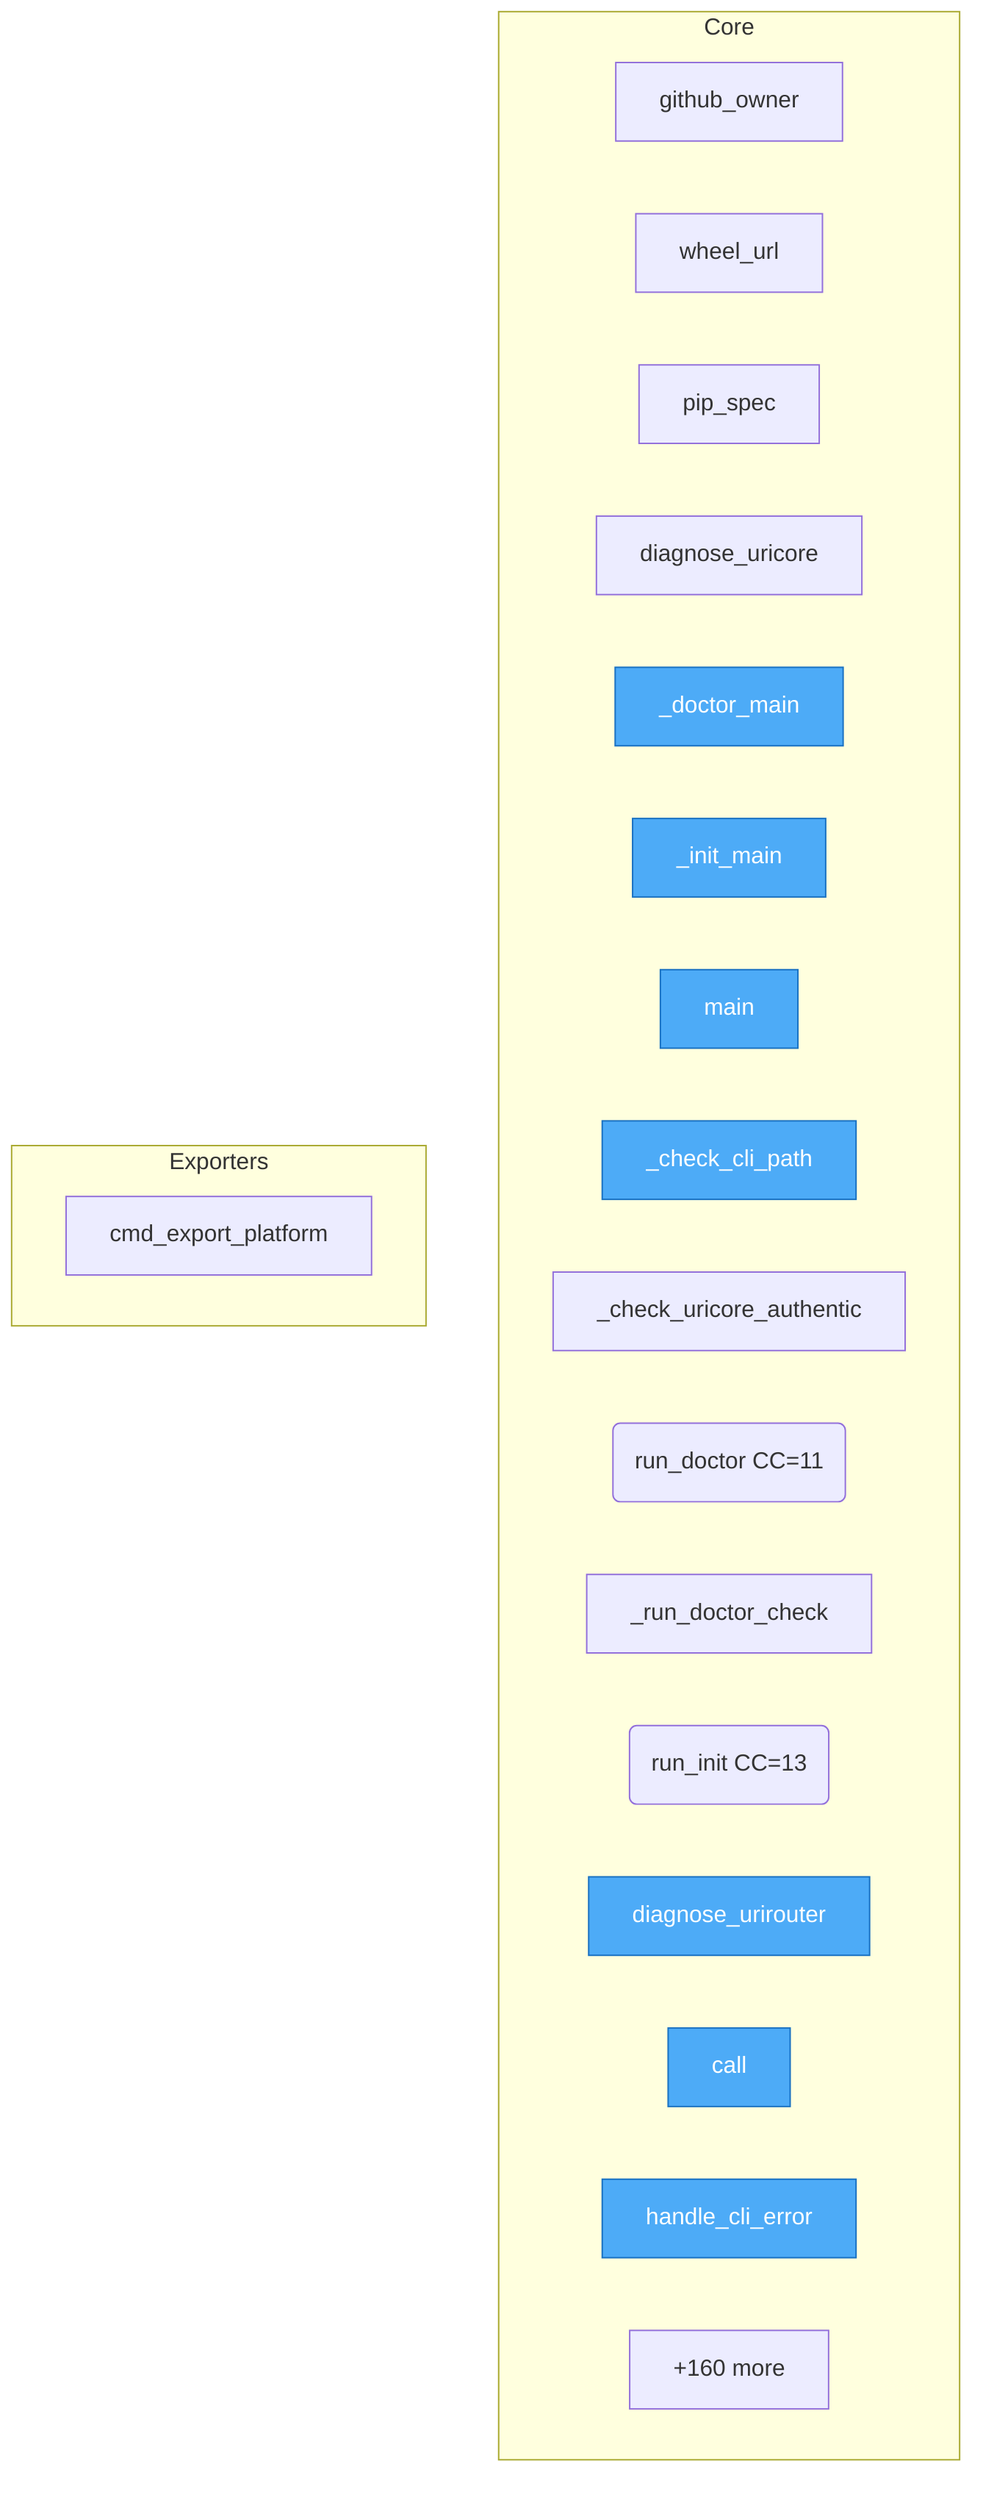
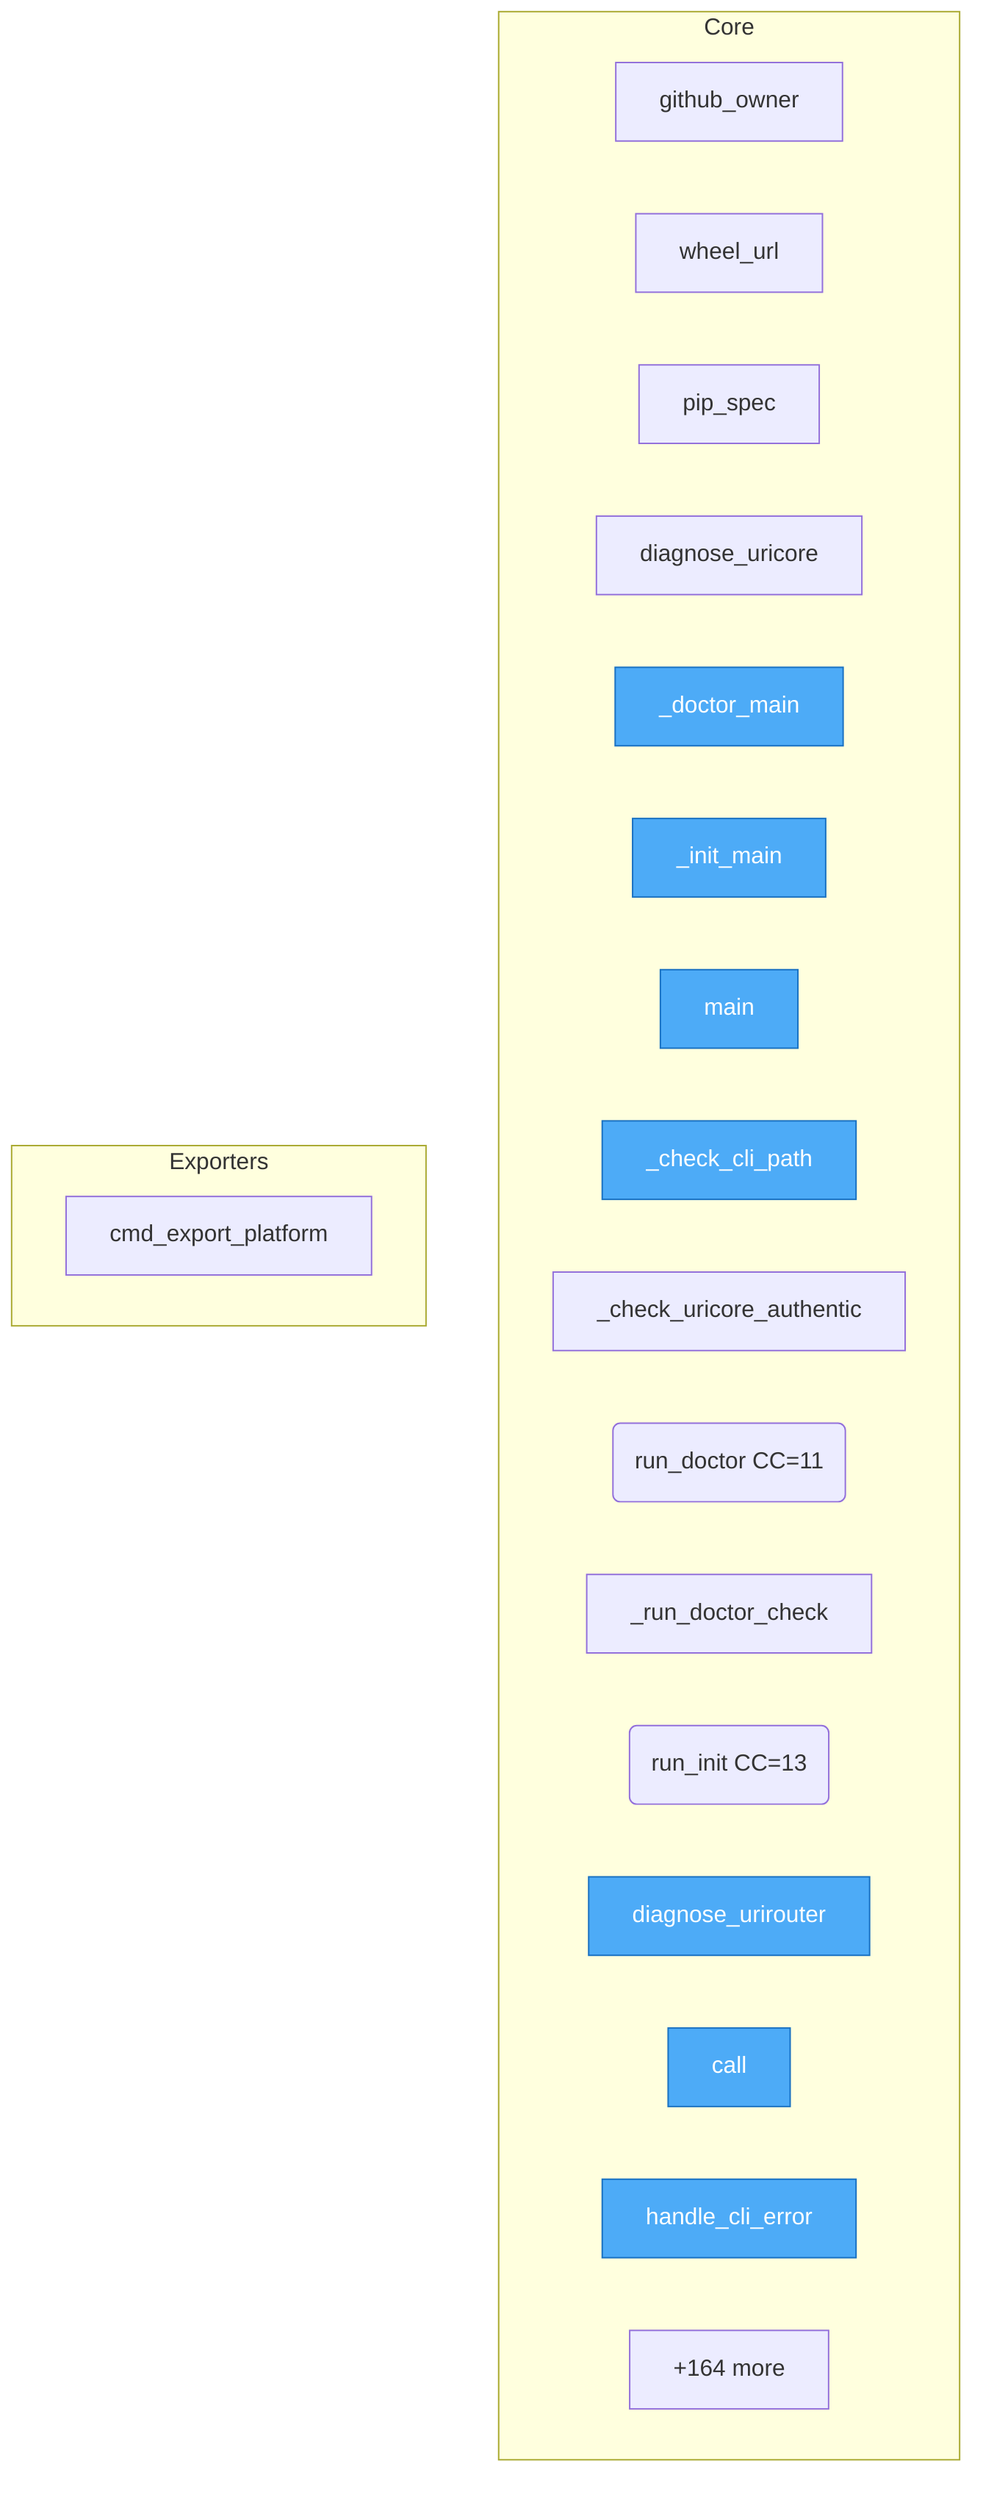
flowchart TD
- %% generated in 0.01s
+ %% generated in 0.02s

    %% Entry points (blue)
    classDef entry fill:#4dabf7,stroke:#1971c2,color:#fff

    subgraph Core
        src__urisys__uricore_install__github_owner["github_owner"]
        src__urisys__uricore_install__wheel_url["wheel_url"]
        src__urisys__uricore_install__pip_spec["pip_spec"]
        src__urisys__uricore_install__diagnose_uricore["diagnose_uricore"]
        src__urisys__bootstrap___doctor_main["_doctor_main"]
        src__urisys__bootstrap___init_main["_init_main"]
        src__urisys__bootstrap__main["main"]
        src__urisys__doctor___check_cli_path["_check_cli_path"]
        src__urisys__doctor___check_uricore_authentic["_check_uricore_authentic"]
        src__urisys__doctor__run_doctor("run_doctor CC=11")
        src__urisys__init_setup___run_doctor_check["_run_doctor_check"]
        src__urisys__init_setup__run_init("run_init CC=13")
        src__urisys__urirouter_install__diagnose_urirouter["diagnose_urirouter"]
        src__urisys__http_server___ControllerRuntime__call["call"]
        src__urisys__cli__errors__handle_cli_error["handle_cli_error"]
-         ...["+160 more"]
+         ...["+164 more"]
    end

    subgraph Exporters
        src__urisys__cli__commands__markpact__cmd_export_platform["cmd_export_platform"]
    end

    class src__urisys__bootstrap___doctor_main,src__urisys__bootstrap___init_main,src__urisys__bootstrap__main,src__urisys__doctor___check_cli_path,src__urisys__urirouter_install__diagnose_urirouter,src__urisys__http_server___ControllerRuntime__call,src__urisys__cli__errors__handle_cli_error,src__urisys__cli__helpers__json_arg,src__urisys__cli__helpers__print_json,src__urisys__cli__helpers__resolve_markpact_source entry
